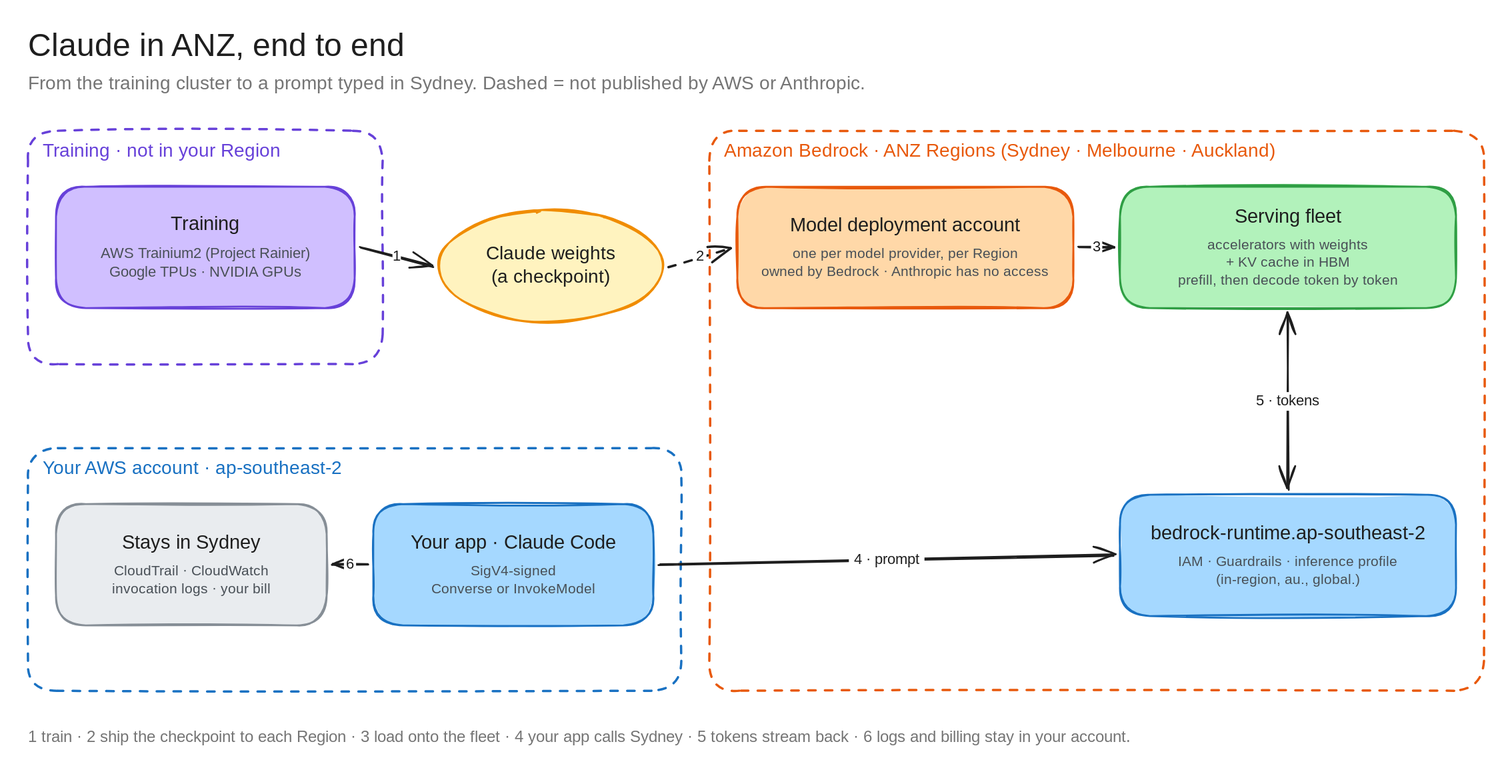
This is architecture-diagrams/claude-anz-infra-excalidraw/diagrams/c0-overview.excalidraw.svg from bsnehanshu/slides, a Excalidraw export, as it was before one commit. Source tidied: one line per element, renumbered; positions are measured from the earlier drawing's top-left corner, leaving out a move shared by most shapes.
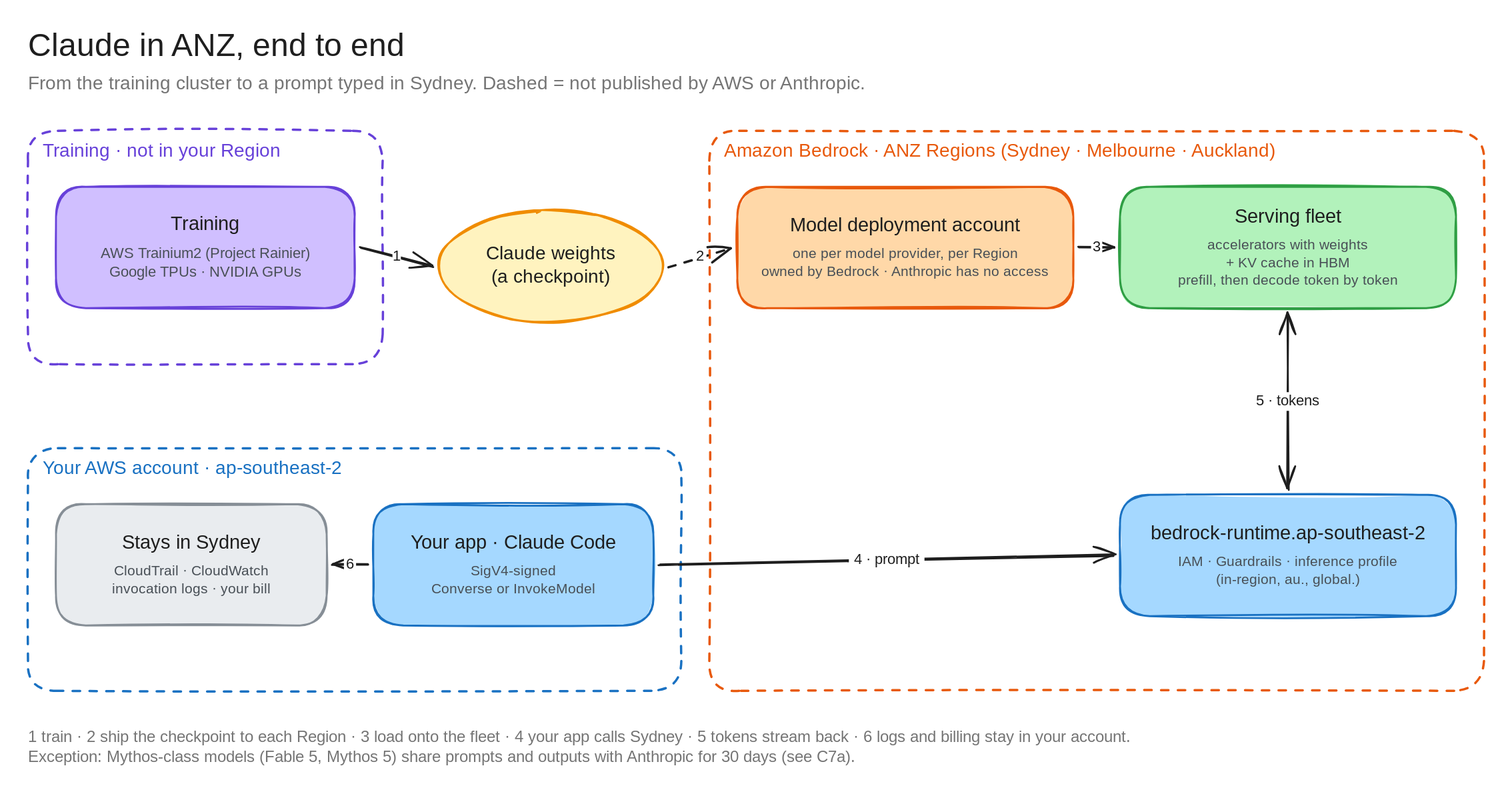
After the change.

Diff of the diagram source:
```diff
@@ -38,4 +38,4 @@
 {"id": 37, "type": "text", "text": "5 · tokens", "strokeColor": "#1e1e1e", "strokeWidth": 2, "roughness": 1, "fontSize": 16, "fontFamily": 5, "textAlign": "center", "verticalAlign": "middle", "inside": 36, "x": 1310, "y": 390, "width": 81, "height": 20}
 {"id": 38, "type": "arrow", "strokeColor": "#1e1e1e", "strokeWidth": 2, "roughness": 1, "endArrowhead": "arrow", "round": true, "from": 25, "to": 22, "x": 364, "y": 575, "width": 38, "height": 0, "points": [[0, 0], [-38, 0]]}
 {"id": 39, "type": "text", "text": "6", "strokeColor": "#1e1e1e", "strokeWidth": 2, "roughness": 1, "fontSize": 16, "fontFamily": 5, "textAlign": "center", "verticalAlign": "middle", "inside": 38, "x": 338, "y": 565, "width": 13, "height": 20}
-{"id": 40, "type": "text", "text": "1 train · 2 ship the checkpoint to each Region · 3 load onto the fleet · 4 your app calls Sydney · 5 tokens stream back · 6 logs and billing stay in your account.", "strokeColor": "#757575", "strokeWidth": 2, "roughness": 1, "fontSize": 17, "fontFamily": 5, "x": 0, "y": 750, "width": 1321, "height": 21}
+{"id": 40, "type": "text", "text": "1 train · 2 ship the checkpoint to each Region · 3 load onto the fleet · 4 your app calls Sydney · 5 tokens stream back · 6 logs and billing stay in your account.\nException: Mythos-class models (Fable 5, Mythos 5) share prompts and outputs with Anthropic for 30 days (see C7a).", "strokeColor": "#757575", "strokeWidth": 2, "roughness": 1, "fontSize": 17, "fontFamily": 5, "x": 0, "y": 750, "width": 1321, "height": 42}
```
